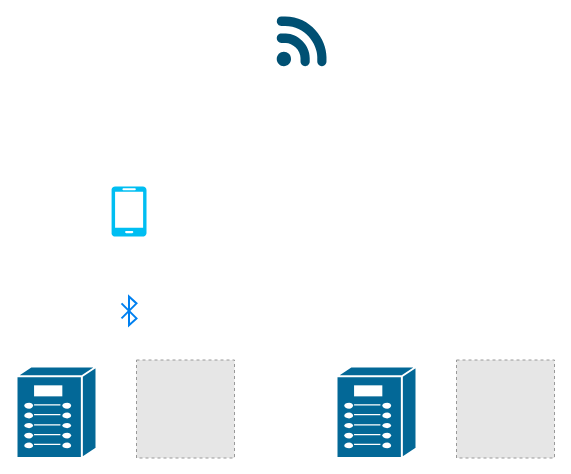
Above: 澳瑞特设备管理.drawio in liz2m/draw.images (draw.io), before the change. Source tidied: cells renumbered, new cells numbered last; positions are measured from the earlier drawing's top-left corner, leaving out a move shared by most shapes. Both pictures are drawn from the tidied source at 100%, with x=0, y=0 at pixel (16, 16). Pictures stored in the file or linked from it are replaced by grey dashed boxes.
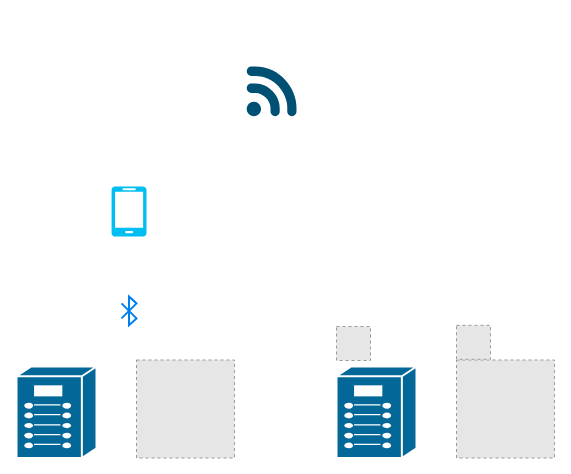
After the change.

Commit message (it also covers changes not shown here):
更新澳瑞特设备管理.drawio

What changed in the source:
```diff
@@
 <mxGraphModel>
   <root>
     <mxCell id="0" />
     <mxCell id="1" parent="0" />
     <mxCell id="2" style="fillColor=#E6E6E6;strokeColor=#999999;dashed=1;html=1;verticalAlign=top;verticalLabelPosition=bottom;labelBackgroundColor=#ffffff;fontColor=#000000;" parent="1" vertex="1">
       <mxGeometry x="120" y="343.5" width="98" height="98" as="geometry" />
     </mxCell>
     <mxCell id="3" style="verticalLabelPosition=bottom;sketch=0;html=1;verticalAlign=top;align=center;shape=mxgraph.cisco19.3g_4g_indicator;fillColor=#005073;strokeColor=none;" parent="1" vertex="1">
-      <mxGeometry x="260" width="50" height="50" as="geometry" />
+      <mxGeometry x="230" y="50" width="50" height="50" as="geometry" />
     </mxCell>
     <mxCell id="4" style="html=1;verticalLabelPosition=bottom;align=center;labelBackgroundColor=#ffffff;verticalAlign=top;strokeWidth=2;strokeColor=#0080F0;shadow=0;dashed=0;shape=mxgraph.ios7.icons.bluetooth;" parent="1" vertex="1">
       <mxGeometry x="105" y="280" width="15" height="28.8" as="geometry" />
     </mxCell>
     <mxCell id="5" style="shape=mxgraph.cisco.misc.breakout_box;html=1;dashed=0;fillColor=#036897;strokeColor=#ffffff;strokeWidth=2;verticalLabelPosition=bottom;verticalAlign=top;align=center;" parent="1" vertex="1">
       <mxGeometry y="350" width="80" height="91.5" as="geometry" />
     </mxCell>
     <mxCell id="6" style="verticalLabelPosition=bottom;html=1;verticalAlign=top;align=center;strokeColor=none;fillColor=#00BEF2;shape=mxgraph.azure.mobile;fontColor=#000000;" parent="1" vertex="1">
       <mxGeometry x="95" y="170" width="35" height="50" as="geometry" />
     </mxCell>
     <mxCell id="7" style="fillColor=#E6E6E6;strokeColor=#999999;dashed=1;html=1;verticalAlign=top;verticalLabelPosition=bottom;labelBackgroundColor=#ffffff;fontColor=#000000;" parent="1" vertex="1">
       <mxGeometry x="440" y="343.5" width="98" height="98" as="geometry" />
     </mxCell>
     <mxCell id="8" style="shape=mxgraph.cisco.misc.breakout_box;html=1;dashed=0;fillColor=#036897;strokeColor=#ffffff;strokeWidth=2;verticalLabelPosition=bottom;verticalAlign=top;align=center;" parent="1" vertex="1">
       <mxGeometry x="320" y="350" width="80" height="91.5" as="geometry" />
     </mxCell>
+    <mxCell id="9" style="fillColor=#E6E6E6;strokeColor=#999999;dashed=1;html=1;verticalAlign=top;verticalLabelPosition=bottom;labelBackgroundColor=#ffffff;fontColor=#000000;" parent="1" vertex="1">
+      <mxGeometry x="320" y="310" width="34" height="34" as="geometry" />
+    </mxCell>
+    <mxCell id="10" style="fillColor=#E6E6E6;strokeColor=#999999;dashed=1;html=1;verticalAlign=top;verticalLabelPosition=bottom;labelBackgroundColor=#ffffff;fontColor=#000000;" parent="1" vertex="1">
+      <mxGeometry x="440" y="308.8" width="34" height="34" as="geometry" />
+    </mxCell>
   </root>
 </mxGraphModel>
```
